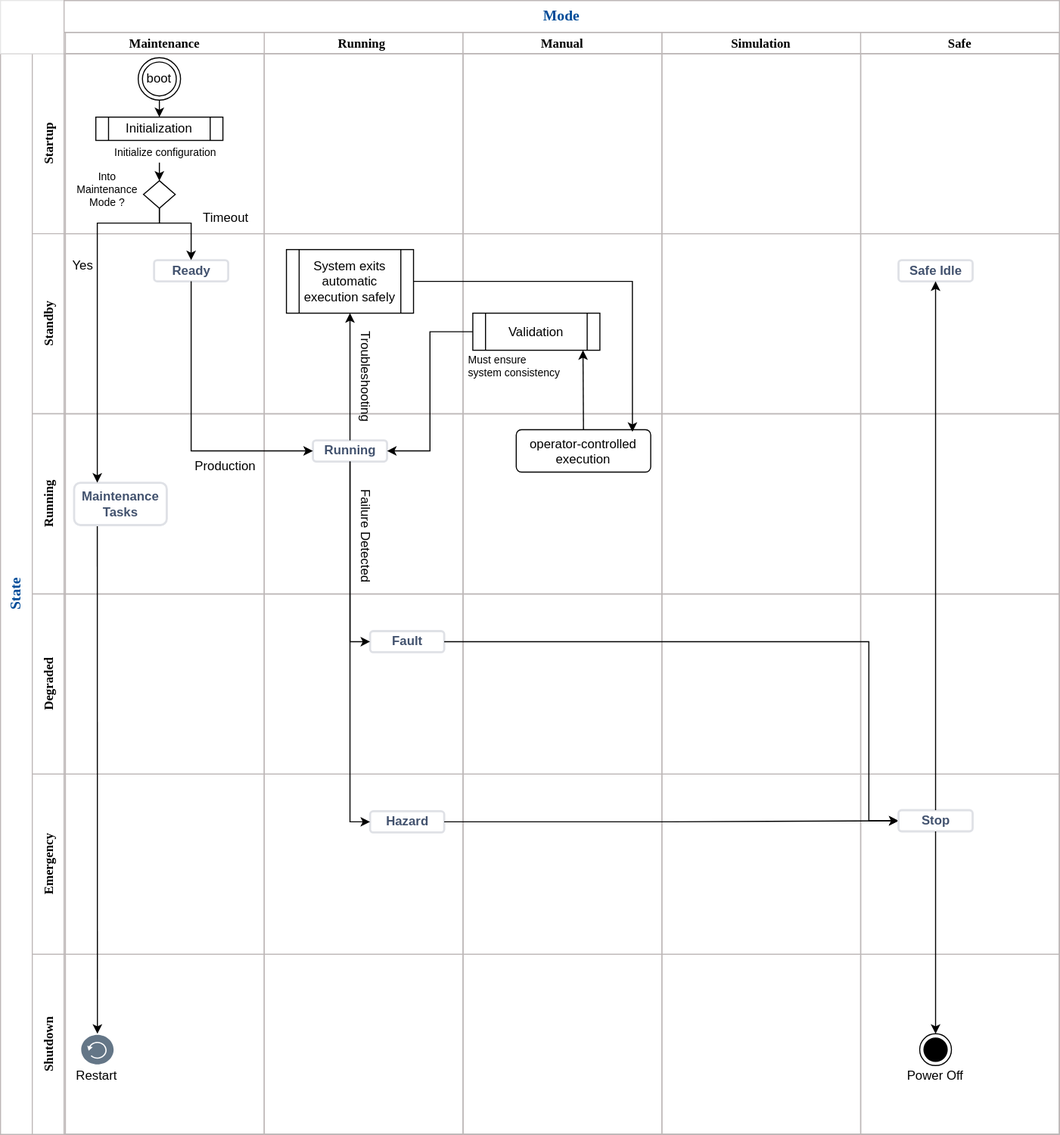
Before: BusinessDevelopmentPhase/System-Design-Considerations/img/Mode_State.svg, a diagram exported from draw.io (retamotome/AgileSoftwareProjectGuide). Source tidied: cells renumbered, new cells last; positions are measured from the earlier drawing's top-left corner, leaving out a move shared by most shapes. Source of this version:
```xml
<mxGraphModel>
  <root>
    <mxCell id="0" />
    <mxCell id="1" parent="0" />
    <mxCell id="2" value="&lt;font style=&quot;font-size: 14px;&quot;&gt;State&lt;/font&gt;" style="swimlane;horizontal=0;whiteSpace=wrap;html=1;startSize=30;fontFamily=Verdana;fontColor=#004C99;strokeColor=light-dark(#bdb7b7, #ededed);" parent="1" vertex="1">
      <mxGeometry y="50" width="1000" height="1020" as="geometry" />
    </mxCell>
    <mxCell id="3" style="group;fontFamily=Verdana;strokeColor=light-dark(#E6E6E6,#EDEDED);" parent="1" vertex="1">
      <mxGeometry x="30" y="30" width="970" height="1040" as="geometry" />
    </mxCell>
    <mxCell id="4" value="Startup" style="swimlane;startSize=30;horizontal=0;fontColor=default;fontFamily=Verdana;strokeColor=light-dark(#bdb7b7, #ededed);" parent="3" vertex="1">
      <mxGeometry y="20" width="970" height="170" as="geometry" />
    </mxCell>
    <mxCell id="5" value="Simulation" style="swimlane;startSize=20;fontFamily=Verdana;strokeColor=light-dark(#bdb7b7, #ededed);" parent="3" vertex="1">
      <mxGeometry x="594.5" width="187.7" height="1040" as="geometry" />
    </mxCell>
    <mxCell id="6" value="Safe" style="swimlane;startSize=20;fontFamily=Verdana;strokeColor=light-dark(#bdb7b7, #ededed);" parent="3" vertex="1">
      <mxGeometry x="782.3" width="187.7" height="1040" as="geometry" />
    </mxCell>
    <mxCell id="7" value="Running " style="swimlane;startSize=20;fontFamily=Verdana;strokeColor=light-dark(#bdb7b7, #ededed);" parent="3" vertex="1">
      <mxGeometry x="219" width="187.7" height="1040" as="geometry" />
    </mxCell>
    <mxCell id="8" value="Manual" style="swimlane;startSize=20;fontFamily=Verdana;strokeColor=light-dark(#bdb7b7, #ededed);" parent="3" vertex="1">
      <mxGeometry x="406.8" width="187.7" height="1040" as="geometry" />
    </mxCell>
    <mxCell id="9" value="Standby" style="swimlane;startSize=30;horizontal=0;fontFamily=Verdana;strokeColor=light-dark(#bdb7b7, #ededed);" parent="3" vertex="1">
      <mxGeometry y="190" width="970" height="170" as="geometry" />
    </mxCell>
    <mxCell id="10" value="Running" style="swimlane;startSize=30;horizontal=0;fontFamily=Verdana;strokeColor=light-dark(#bdb7b7, #ededed);" parent="3" vertex="1">
      <mxGeometry y="360" width="970" height="170" as="geometry" />
    </mxCell>
    <mxCell id="11" value="Degraded" style="swimlane;startSize=30;horizontal=0;fontFamily=Verdana;strokeColor=light-dark(#bdb7b7, #ededed);" parent="3" vertex="1">
      <mxGeometry y="530" width="970" height="170" as="geometry" />
    </mxCell>
    <mxCell id="12" value="Emergency" style="swimlane;startSize=30;horizontal=0;fontFamily=Verdana;strokeColor=light-dark(#bdb7b7, #ededed);" parent="3" vertex="1">
      <mxGeometry y="700" width="970" height="170" as="geometry" />
    </mxCell>
    <mxCell id="13" value="Shutdown" style="swimlane;startSize=30;horizontal=0;fontFamily=Verdana;strokeColor=light-dark(#bdb7b7, #ededed);" parent="3" vertex="1">
      <mxGeometry y="870" width="970" height="170" as="geometry" />
    </mxCell>
    <mxCell id="14" value="Maintenance" style="swimlane;startSize=20;fontFamily=Verdana;strokeColor=light-dark(#bdb7b7, #ededed);" parent="3" vertex="1">
      <mxGeometry x="31.3" width="187.7" height="1040" as="geometry" />
    </mxCell>
    <mxCell id="15" style="rounded=0;whiteSpace=wrap;html=1;strokeColor=#E6E6E6;" parent="3" vertex="1">
      <mxGeometry x="-30" y="-30" width="60" height="50" as="geometry" />
    </mxCell>
    <mxCell id="16" value="Mode" style="swimlane;whiteSpace=wrap;html=1;fontFamily=Verdana;fontSize=14;fontColor=#004C99;strokeColor=light-dark(#bdb7b7, #ededed);startSize=30;" parent="1" vertex="1">
      <mxGeometry x="60" width="940" height="1070" as="geometry" />
    </mxCell>
    <mxCell id="17" value="boot" style="ellipse;shape=doubleEllipse;html=1;dashed=0;whiteSpace=wrap;" parent="1" vertex="1">
      <mxGeometry x="130" y="54" width="40" height="40" as="geometry" />
    </mxCell>
    <mxCell id="18" value="Ready" style="dashed=0;html=1;rounded=1;strokeColor=#DFE1E6;fontSize=12;align=center;fontStyle=1;strokeWidth=2;fontColor=#42526E;" parent="1" vertex="1">
      <mxGeometry x="145" y="245" width="70" height="20" as="geometry" />
    </mxCell>
    <mxCell id="19" value="Running" style="dashed=0;html=1;rounded=1;strokeColor=#DFE1E6;fontSize=12;align=center;fontStyle=1;strokeWidth=2;fontColor=#42526E;" parent="1" vertex="1">
      <mxGeometry x="295" y="415" width="70" height="20" as="geometry" />
    </mxCell>
    <mxCell id="20" style="endArrow=classic;html=1;rounded=0;exitX=0.5;exitY=1;exitDx=0;exitDy=0;entryX=0;entryY=0.5;entryDx=0;entryDy=0;edgeStyle=orthogonalEdgeStyle;" parent="1" edge="1" source="18" target="19">
      <mxGeometry relative="1" as="geometry" />
    </mxCell>
    <mxCell id="21" value="Production" style="text;html=1;whiteSpace=wrap;strokeColor=none;fillColor=none;align=center;verticalAlign=middle;rounded=0;" parent="1" vertex="1">
      <mxGeometry x="170" y="425" width="85" height="30" as="geometry" />
    </mxCell>
    <mxCell id="22" value="Troubleshooting" style="text;html=1;whiteSpace=wrap;strokeColor=none;fillColor=none;align=center;verticalAlign=middle;rounded=0;rotation=90;" parent="1" vertex="1">
      <mxGeometry x="315" y="340" width="60" height="30" as="geometry" />
    </mxCell>
    <mxCell id="23" value="&lt;div&gt;System exits automatic execution safely&lt;/div&gt;" style="shape=process;whiteSpace=wrap;html=1;backgroundOutline=1;" parent="1" vertex="1">
      <mxGeometry x="270" y="235" width="120" height="60" as="geometry" />
    </mxCell>
    <mxCell id="24" style="endArrow=classic;html=1;rounded=0;entryX=0.5;entryY=1;entryDx=0;entryDy=0;exitX=0.5;exitY=0;exitDx=0;exitDy=0;" parent="1" edge="1" source="19" target="23">
      <mxGeometry relative="1" as="geometry" />
    </mxCell>
    <mxCell id="25" value="&lt;div&gt;operator-controlled execution&lt;/div&gt;&lt;div&gt;&lt;br&gt;&lt;/div&gt;" style="html=1;align=center;verticalAlign=top;rounded=1;absoluteArcSize=1;arcSize=10;dashed=0;whiteSpace=wrap;" parent="1" vertex="1">
      <mxGeometry x="487" y="405" width="127" height="40" as="geometry" />
    </mxCell>
    <mxCell id="26" style="endArrow=classic;html=1;rounded=0;exitX=1;exitY=0.5;exitDx=0;exitDy=0;entryX=0.864;entryY=0.05;entryDx=0;entryDy=0;edgeStyle=orthogonalEdgeStyle;entryPerimeter=0;" parent="1" edge="1" source="23" target="25">
      <mxGeometry relative="1" as="geometry" />
    </mxCell>
    <mxCell id="27" value="Fault" style="dashed=0;html=1;rounded=1;strokeColor=#DFE1E6;fontSize=12;align=center;fontStyle=1;strokeWidth=2;fontColor=#42526E;" parent="1" vertex="1">
      <mxGeometry x="349" y="595" width="70" height="20" as="geometry" />
    </mxCell>
    <mxCell id="28" value="Hazard" style="dashed=0;html=1;rounded=1;strokeColor=#DFE1E6;fontSize=12;align=center;fontStyle=1;strokeWidth=2;fontColor=#42526E;" parent="1" vertex="1">
      <mxGeometry x="349" y="765" width="70" height="20" as="geometry" />
    </mxCell>
    <mxCell id="29" value="Safe Idle" style="dashed=0;html=1;rounded=1;strokeColor=#DFE1E6;fontSize=12;align=center;fontStyle=1;strokeWidth=2;fontColor=#42526E;" parent="1" vertex="1">
      <mxGeometry x="848" y="245" width="70" height="20" as="geometry" />
    </mxCell>
    <mxCell id="30" style="ellipse;html=1;shape=endState;fillColor=strokeColor;" parent="1" vertex="1">
      <mxGeometry x="868" y="975" width="30" height="30" as="geometry" />
    </mxCell>
    <mxCell id="31" style="endArrow=classic;html=1;rounded=0;exitX=0.5;exitY=1;exitDx=0;exitDy=0;entryX=0;entryY=0.5;entryDx=0;entryDy=0;edgeStyle=orthogonalEdgeStyle;" parent="1" edge="1" source="19" target="27">
      <mxGeometry relative="1" as="geometry" />
    </mxCell>
    <mxCell id="32" style="endArrow=classic;html=1;rounded=0;exitX=0.5;exitY=1;exitDx=0;exitDy=0;entryX=0;entryY=0.5;entryDx=0;entryDy=0;edgeStyle=orthogonalEdgeStyle;" parent="1" edge="1" source="19" target="28">
      <mxGeometry relative="1" as="geometry" />
    </mxCell>
    <mxCell id="33" style="endArrow=classic;html=1;rounded=0;exitX=1;exitY=0.5;exitDx=0;exitDy=0;entryX=0;entryY=0.5;entryDx=0;entryDy=0;edgeStyle=orthogonalEdgeStyle;" parent="1" edge="1" source="28" target="53">
      <mxGeometry relative="1" as="geometry" />
    </mxCell>
    <mxCell id="34" style="endArrow=classic;html=1;rounded=0;exitX=1;exitY=0.5;exitDx=0;exitDy=0;entryX=0;entryY=0.5;entryDx=0;entryDy=0;edgeStyle=orthogonalEdgeStyle;" parent="1" edge="1" source="27" target="53">
      <mxGeometry relative="1" as="geometry">
        <Array as="points">
          <mxPoint x="820" y="605" />
          <mxPoint x="820" y="774" />
        </Array>
      </mxGeometry>
    </mxCell>
    <mxCell id="35" value="Validation" style="shape=process;whiteSpace=wrap;html=1;backgroundOutline=1;" parent="1" vertex="1">
      <mxGeometry x="446" y="295" width="120" height="35" as="geometry" />
    </mxCell>
    <mxCell id="36" value="Must ensure&amp;nbsp;&lt;div&gt;system consistency&lt;/div&gt;" style="text;html=1;whiteSpace=wrap;strokeColor=none;fillColor=none;align=left;verticalAlign=middle;rounded=0;fontSize=10;" parent="1" vertex="1">
      <mxGeometry x="440" y="330" width="100" height="30" as="geometry" />
    </mxCell>
    <mxCell id="37" style="endArrow=classic;html=1;rounded=0;exitX=0.5;exitY=0;exitDx=0;exitDy=0;entryX=0.867;entryY=1;entryDx=0;entryDy=0;entryPerimeter=0;" parent="1" edge="1" source="25" target="35">
      <mxGeometry relative="1" as="geometry" />
    </mxCell>
    <mxCell id="38" style="endArrow=classic;html=1;rounded=0;entryX=1;entryY=0.5;entryDx=0;entryDy=0;exitX=0;exitY=0.5;exitDx=0;exitDy=0;edgeStyle=orthogonalEdgeStyle;" parent="1" edge="1" source="35" target="19">
      <mxGeometry relative="1" as="geometry" />
    </mxCell>
    <mxCell id="39" style="endArrow=classic;html=1;rounded=0;exitX=0.454;exitY=0.952;exitDx=0;exitDy=0;entryX=0.5;entryY=0;entryDx=0;entryDy=0;exitPerimeter=0;" parent="1" edge="1" source="51" target="41">
      <mxGeometry relative="1" as="geometry" />
    </mxCell>
    <mxCell id="40" style="endArrow=classic;html=1;rounded=0;exitX=0.5;exitY=1;exitDx=0;exitDy=0;entryX=0.5;entryY=0;entryDx=0;entryDy=0;edgeStyle=orthogonalEdgeStyle;" parent="1" edge="1" source="41" target="18">
      <mxGeometry relative="1" as="geometry">
        <Array as="points">
          <mxPoint x="150" y="210" />
          <mxPoint x="180" y="210" />
        </Array>
      </mxGeometry>
    </mxCell>
    <mxCell id="41" style="rhombus;whiteSpace=wrap;html=1;" parent="1" vertex="1">
      <mxGeometry x="135" y="170" width="30" height="26" as="geometry" />
    </mxCell>
    <mxCell id="42" value="Into&lt;div&gt;Maintenance&lt;div&gt;Mode ?&lt;/div&gt;&lt;/div&gt;" style="text;html=1;whiteSpace=wrap;strokeColor=none;fillColor=none;align=center;verticalAlign=middle;rounded=0;fontSize=10;" parent="1" vertex="1">
      <mxGeometry x="70.5" y="163" width="60" height="30" as="geometry" />
    </mxCell>
    <mxCell id="43" value="Timeout" style="text;html=1;whiteSpace=wrap;strokeColor=none;fillColor=none;align=center;verticalAlign=middle;rounded=0;" parent="1" vertex="1">
      <mxGeometry x="182.5" y="190" width="60" height="30" as="geometry" />
    </mxCell>
    <mxCell id="44" value="Yes" style="text;html=1;whiteSpace=wrap;strokeColor=none;fillColor=none;align=center;verticalAlign=middle;rounded=0;" parent="1" vertex="1">
      <mxGeometry x="48" y="235" width="60" height="30" as="geometry" />
    </mxCell>
    <mxCell id="45" style="sketch=0;shadow=0;dashed=0;html=1;strokeColor=#314354;fillColor=#647687;labelPosition=center;verticalLabelPosition=bottom;verticalAlign=top;align=center;outlineConnect=0;shape=mxgraph.veeam2.restored;fontColor=#ffffff;" parent="1" vertex="1">
      <mxGeometry x="75" y="975" width="33" height="30" as="geometry" />
    </mxCell>
    <mxCell id="46" style="endArrow=classic;html=1;rounded=0;exitX=0.25;exitY=1;exitDx=0;exitDy=0;" parent="1" edge="1" source="56" target="45">
      <mxGeometry relative="1" as="geometry" />
    </mxCell>
    <mxCell id="47" value="Power Off" style="text;html=1;whiteSpace=wrap;strokeColor=none;fillColor=none;align=center;verticalAlign=middle;rounded=0;" parent="1" vertex="1">
      <mxGeometry x="853" y="1000" width="60" height="30" as="geometry" />
    </mxCell>
    <mxCell id="48" value="Restart" style="text;html=1;whiteSpace=wrap;strokeColor=none;fillColor=none;align=center;verticalAlign=middle;rounded=0;" parent="1" vertex="1">
      <mxGeometry x="60.5" y="1000" width="60" height="30" as="geometry" />
    </mxCell>
    <mxCell id="49" style="group;fontSize=10;" parent="1" vertex="1">
      <mxGeometry x="91" y="110" width="130" height="44" as="geometry" />
    </mxCell>
    <mxCell id="50" value="Initialization" style="shape=process;whiteSpace=wrap;html=1;backgroundOutline=1;" parent="49" vertex="1">
      <mxGeometry x="-1" width="120" height="22" as="geometry" />
    </mxCell>
    <mxCell id="51" value="&lt;font style=&quot;font-size: 10px;&quot;&gt;Initialize configuration&lt;/font&gt;" style="text;html=1;whiteSpace=wrap;strokeColor=none;fillColor=none;align=center;verticalAlign=middle;rounded=0;" parent="49" vertex="1">
      <mxGeometry y="22" width="130" height="22" as="geometry" />
    </mxCell>
    <mxCell id="52" style="endArrow=classic;html=1;rounded=0;exitX=0.5;exitY=1;exitDx=0;exitDy=0;entryX=0.5;entryY=0;entryDx=0;entryDy=0;" parent="1" edge="1" source="17" target="50">
      <mxGeometry relative="1" as="geometry" />
    </mxCell>
    <mxCell id="53" value="Stop" style="dashed=0;html=1;rounded=1;strokeColor=#DFE1E6;fontSize=12;align=center;fontStyle=1;strokeWidth=2;fontColor=#42526E;" parent="1" vertex="1">
      <mxGeometry x="848" y="764" width="70" height="20" as="geometry" />
    </mxCell>
    <mxCell id="54" style="endArrow=classic;html=1;rounded=0;exitX=0.5;exitY=1;exitDx=0;exitDy=0;entryX=0.5;entryY=0;entryDx=0;entryDy=0;" parent="1" edge="1" source="53" target="30">
      <mxGeometry relative="1" as="geometry" />
    </mxCell>
    <mxCell id="55" value="Failure Detected" style="text;html=1;whiteSpace=wrap;strokeColor=none;fillColor=none;align=center;verticalAlign=middle;rounded=0;rotation=90;" parent="1" vertex="1">
      <mxGeometry x="284.5" y="490" width="121" height="30" as="geometry" />
    </mxCell>
    <mxCell id="56" value="Maintenance&lt;div&gt;Tasks&lt;/div&gt;" style="dashed=0;html=1;rounded=1;strokeColor=#DFE1E6;fontSize=12;align=center;fontStyle=1;strokeWidth=2;fontColor=#42526E;" parent="1" vertex="1">
      <mxGeometry x="69.5" y="455" width="87.5" height="40" as="geometry" />
    </mxCell>
    <mxCell id="57" style="endArrow=classic;html=1;rounded=0;exitX=0.5;exitY=1;exitDx=0;exitDy=0;entryX=0.25;entryY=0;entryDx=0;entryDy=0;edgeStyle=orthogonalEdgeStyle;" parent="1" edge="1" source="41" target="56">
      <mxGeometry relative="1" as="geometry">
        <Array as="points">
          <mxPoint x="150" y="210" />
          <mxPoint x="91" y="210" />
        </Array>
      </mxGeometry>
    </mxCell>
    <mxCell id="58" style="endArrow=classic;html=1;rounded=0;exitX=0.5;exitY=0;exitDx=0;exitDy=0;entryX=0.5;entryY=1;entryDx=0;entryDy=0;" parent="1" edge="1" source="53" target="29">
      <mxGeometry relative="1" as="geometry" />
    </mxCell>
  </root>
</mxGraphModel>
```
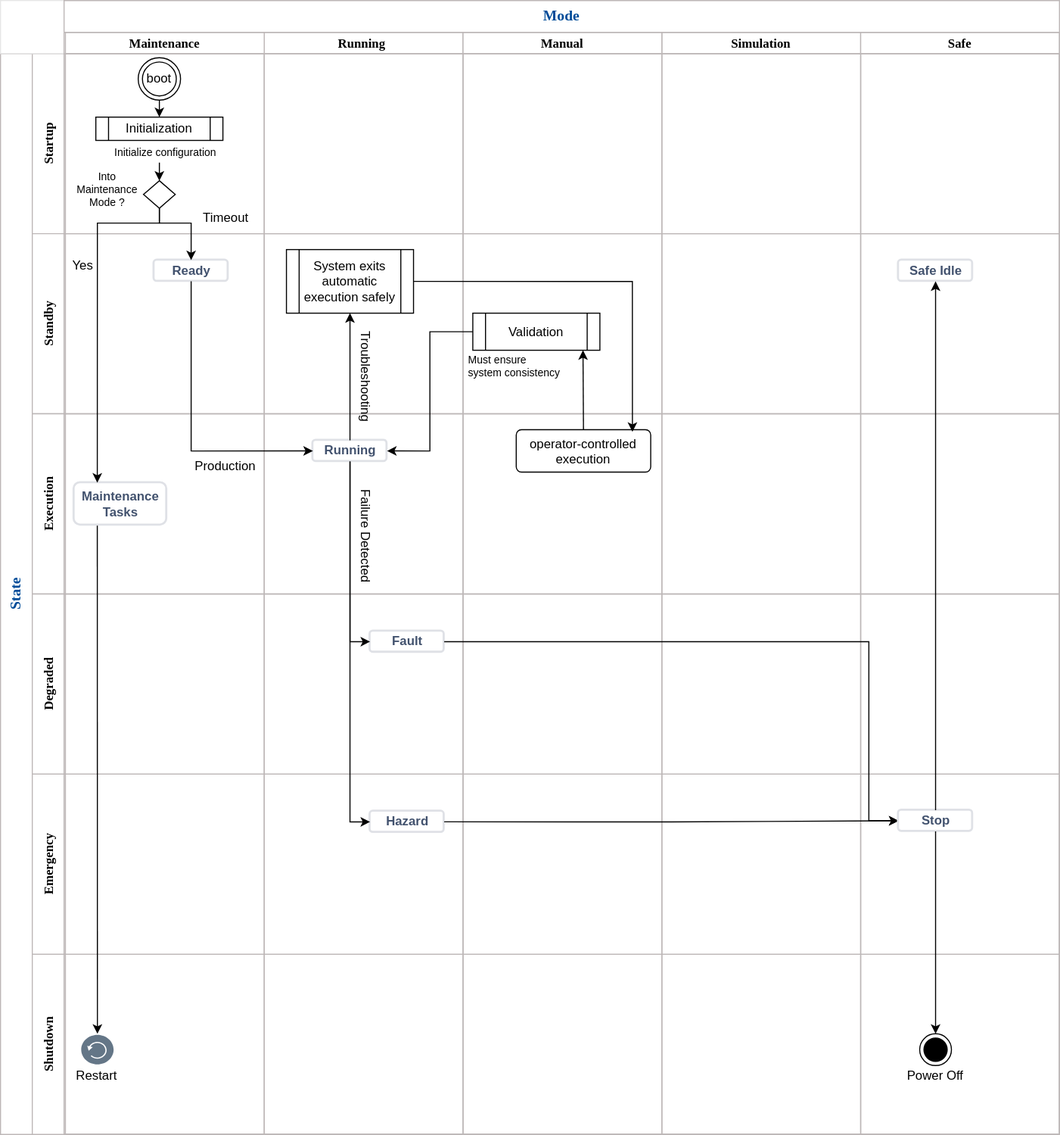
After the change.

Commit message:
Update System Mode and State.

Diff of the diagram source:
```diff
@@ -26,7 +26,7 @@
     <mxCell id="9" value="Standby" style="swimlane;startSize=30;horizontal=0;fontFamily=Verdana;strokeColor=light-dark(#bdb7b7, #ededed);" parent="3" vertex="1">
       <mxGeometry y="190" width="970" height="170" as="geometry" />
     </mxCell>
-    <mxCell id="10" value="Running" style="swimlane;startSize=30;horizontal=0;fontFamily=Verdana;strokeColor=light-dark(#bdb7b7, #ededed);" parent="3" vertex="1">
+    <mxCell id="10" value="Execution" style="swimlane;startSize=30;horizontal=0;fontFamily=Verdana;strokeColor=light-dark(#bdb7b7, #ededed);" parent="3" vertex="1">
       <mxGeometry y="360" width="970" height="170" as="geometry" />
     </mxCell>
     <mxCell id="11" value="Degraded" style="swimlane;startSize=30;horizontal=0;fontFamily=Verdana;strokeColor=light-dark(#bdb7b7, #ededed);" parent="3" vertex="1">
```
